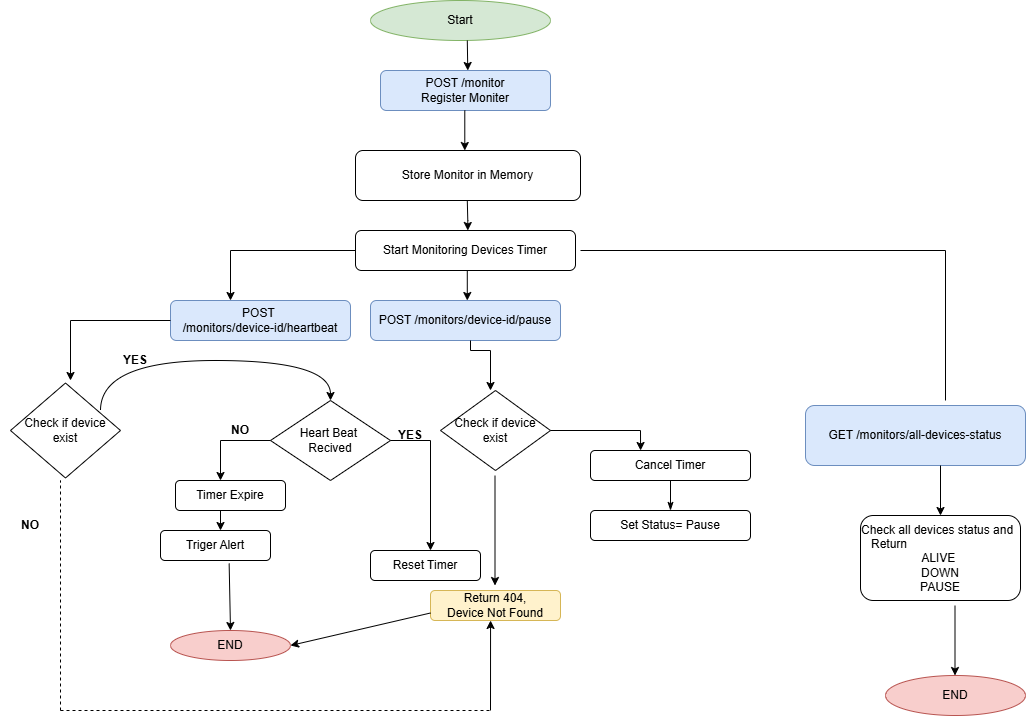
The draw.io diagram ArchitectureDiagram.png in issahsalim/Pulse-Check-API, before a commit. Source tidied: cells renumbered, new cells last; positions are measured from the earlier drawing's top-left corner, leaving out a move shared by most shapes.
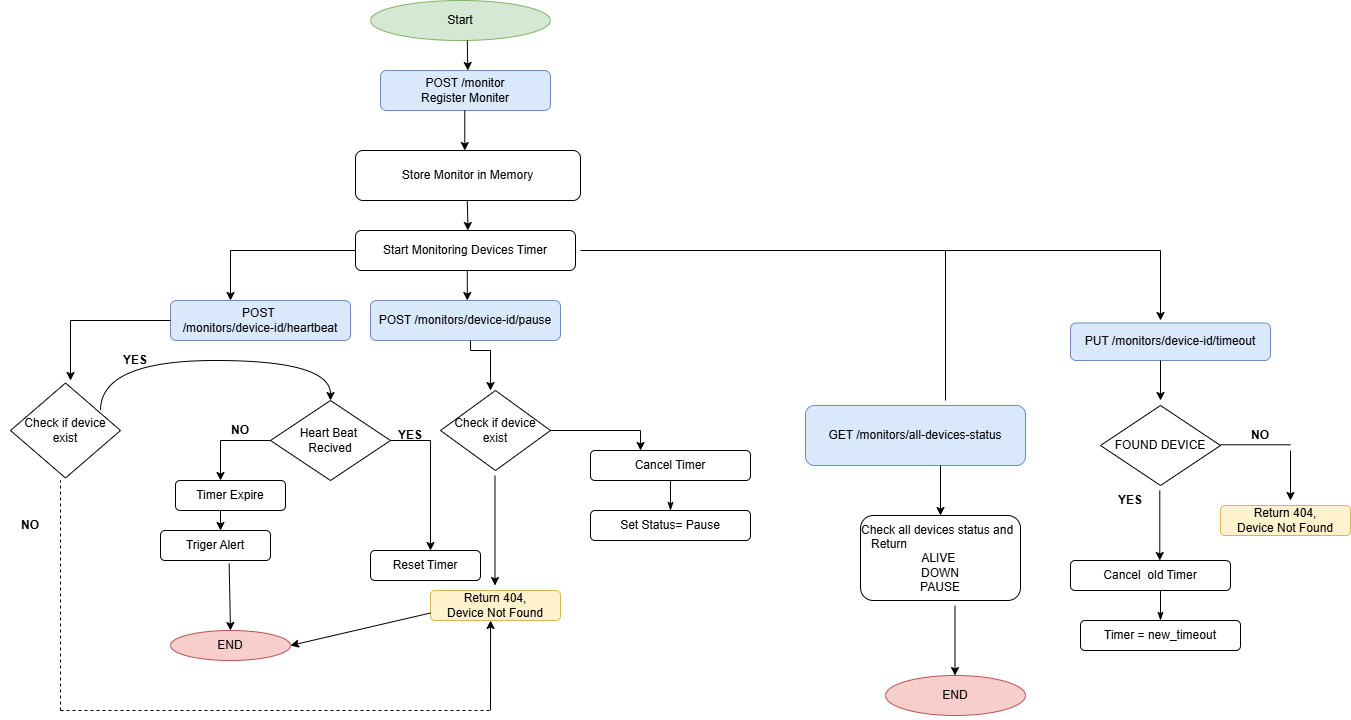
The same file after the commit.

Commit message:
update architecture diagram

What changed in the source:
```diff
@@ -237,5 +237,67 @@
         <mxPoint x="940" y="465" as="sourcePoint" />
       </mxGeometry>
     </mxCell>
+    <mxCell id="54" style="endArrow=none;html=1;rounded=0;" parent="1" edge="1">
+      <mxGeometry relative="1" as="geometry">
+        <mxPoint x="945" y="250" as="sourcePoint" />
+        <mxPoint x="1160" y="250" as="targetPoint" />
+      </mxGeometry>
+    </mxCell>
+    <mxCell id="55" style="endArrow=classic;html=1;rounded=0;" parent="1" edge="1">
+      <mxGeometry relative="1" as="geometry">
+        <mxPoint x="1160" y="250" as="sourcePoint" />
+        <mxPoint x="1160" y="320" as="targetPoint" />
+      </mxGeometry>
+    </mxCell>
+    <mxCell id="56" value="PUT /monitors/device-id/timeout" style="rounded=1;whiteSpace=wrap;html=1;fillColor=#dae8fc;strokeColor=#6c8ebf;" parent="1" vertex="1">
+      <mxGeometry x="1070" y="322.5" width="200" height="37.5" as="geometry" />
+    </mxCell>
+    <mxCell id="57" style="endArrow=classic;html=1;rounded=0;" parent="1" edge="1">
+      <mxGeometry relative="1" as="geometry">
+        <mxPoint x="1160" y="360" as="sourcePoint" />
+        <mxPoint x="1160" y="400" as="targetPoint" />
+      </mxGeometry>
+    </mxCell>
+    <mxCell id="58" value="FOUND DEVICE" style="rhombus;whiteSpace=wrap;html=1;" parent="1" vertex="1">
+      <mxGeometry x="1100" y="405" width="120" height="80" as="geometry" />
+    </mxCell>
+    <mxCell id="59" style="endArrow=none;html=1;rounded=0;" parent="1" edge="1">
+      <mxGeometry relative="1" as="geometry">
+        <mxPoint x="1220" y="444.3" as="sourcePoint" />
+        <mxPoint x="1290" y="444.3" as="targetPoint" />
+      </mxGeometry>
+    </mxCell>
+    <mxCell id="60" style="endArrow=classic;html=1;rounded=0;" parent="1" edge="1">
+      <mxGeometry relative="1" as="geometry">
+        <mxPoint x="1290" y="450" as="sourcePoint" />
+        <mxPoint x="1290" y="500" as="targetPoint" />
+      </mxGeometry>
+    </mxCell>
+    <mxCell id="61" value="NO" style="text;html=1;whiteSpace=wrap;strokeColor=none;fillColor=none;align=center;verticalAlign=middle;rounded=0;fontStyle=1;" parent="1" vertex="1">
+      <mxGeometry x="1230" y="425" width="60" height="20" as="geometry" />
+    </mxCell>
+    <mxCell id="62" value="Return 404,&lt;div&gt;Device Not Found&lt;/div&gt;" style="rounded=1;whiteSpace=wrap;html=1;fillColor=#fff2cc;strokeColor=#d6b656;" parent="1" vertex="1">
+      <mxGeometry x="1220" y="505" width="130" height="30" as="geometry" />
+    </mxCell>
+    <mxCell id="63" style="endArrow=classic;html=1;rounded=0;" parent="1" edge="1">
+      <mxGeometry relative="1" as="geometry">
+        <mxPoint x="1159.3" y="490" as="sourcePoint" />
+        <mxPoint x="1159.3" y="560" as="targetPoint" />
+      </mxGeometry>
+    </mxCell>
+    <mxCell id="64" value="Cancel&amp;nbsp; old Timer" style="rounded=1;whiteSpace=wrap;html=1;" parent="1" vertex="1">
+      <mxGeometry x="1070" y="560" width="160" height="30" as="geometry" />
+    </mxCell>
+    <mxCell id="65" style="endArrow=classicThin;html=1;rounded=0;exitX=0.5;exitY=1;exitDx=0;exitDy=0;entryX=0.5;entryY=0;entryDx=0;entryDy=0;endFill=1;" parent="1" edge="1" target="66">
+      <mxGeometry relative="1" as="geometry">
+        <mxPoint x="1160" y="590" as="sourcePoint" />
+      </mxGeometry>
+    </mxCell>
+    <mxCell id="66" value="Timer = new_timeout" style="rounded=1;whiteSpace=wrap;html=1;" parent="1" vertex="1">
+      <mxGeometry x="1080" y="620" width="160" height="30" as="geometry" />
+    </mxCell>
+    <mxCell id="67" value="YES" style="text;html=1;whiteSpace=wrap;strokeColor=none;fillColor=none;align=center;verticalAlign=middle;rounded=0;fontStyle=1;" parent="1" vertex="1">
+      <mxGeometry x="1100" y="495" width="60" height="10" as="geometry" />
+    </mxCell>
   </root>
 </mxGraphModel>
```
